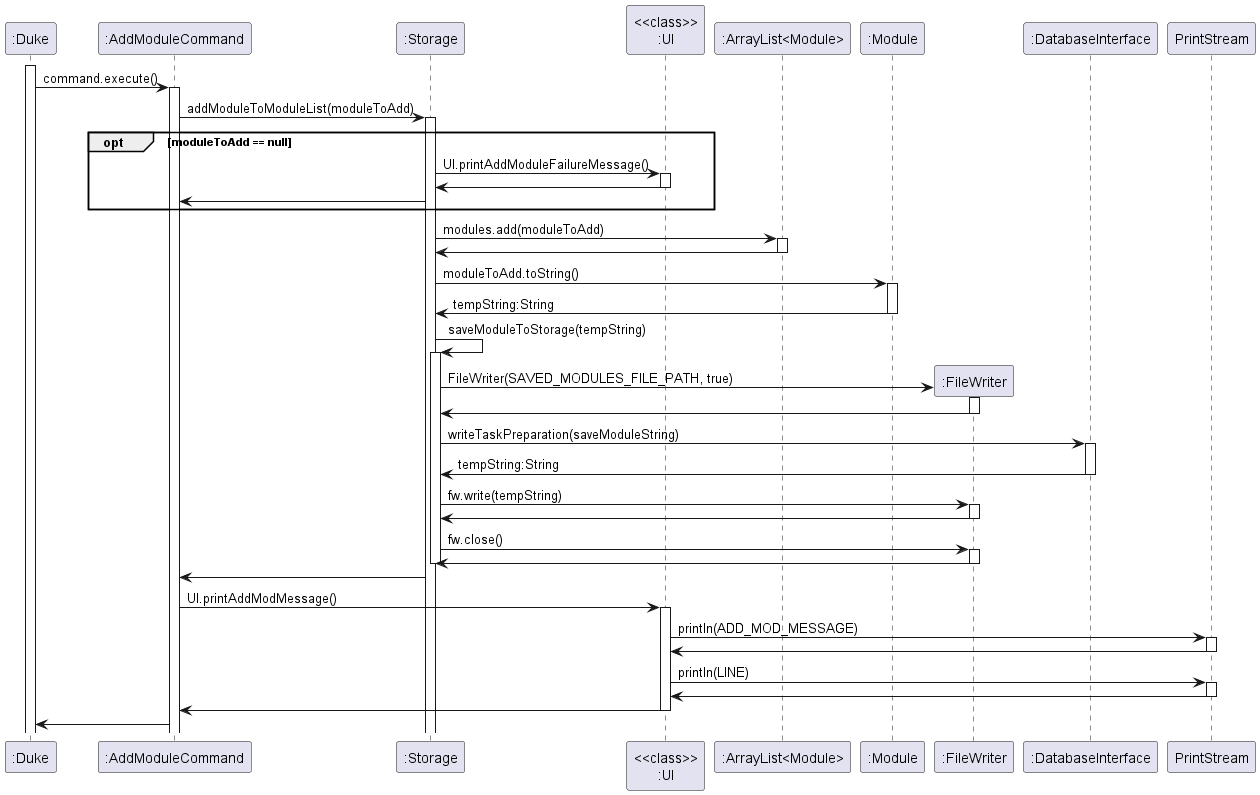
nus-cs2113-AY2223S2/tp keeps this PlantUML diagram as docs/diagrams/Storage/StorageAddModule.png. Above is the earlier version.
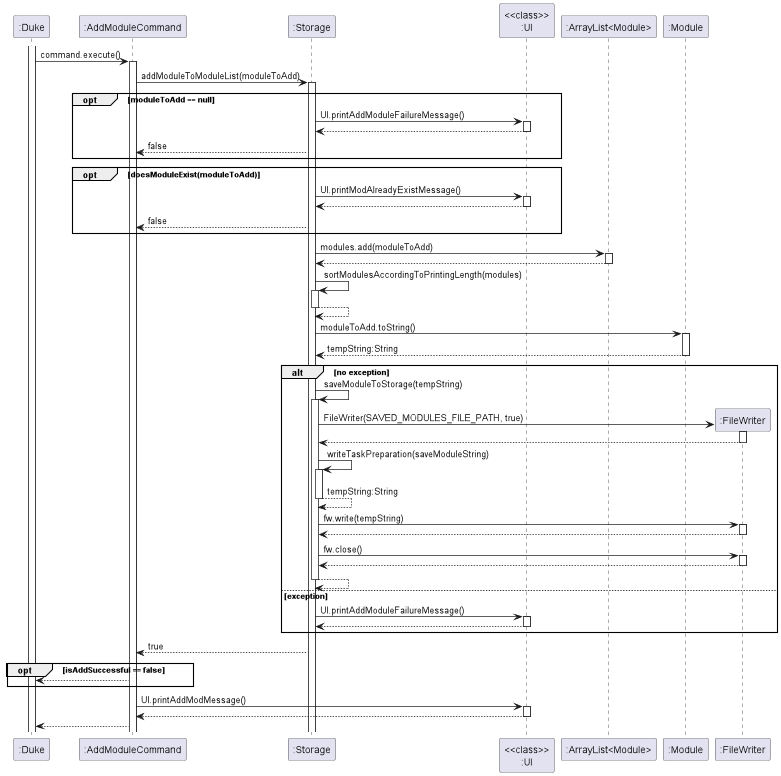
Later version of the same file.

The edit, as a diff of the source:
```diff
@@ -7,54 +7,71 @@
 opt moduleToAdd == null
 ":Storage" -> "<<class>>\n:UI" : UI.printAddModuleFailureMessage()
 activate "<<class>>\n:UI"
-":Storage" <- "<<class>>\n:UI"
+":Storage" <-- "<<class>>\n:UI"
 deactivate "<<class>>\n:UI"
-":AddModuleCommand"<- ":Storage"
+":AddModuleCommand"<-- ":Storage" : false
+end
+
+opt doesModuleExist(moduleToAdd)
+":Storage" -> "<<class>>\n:UI" : UI.printModAlreadyExistMessage()
+activate "<<class>>\n:UI"
+":Storage" <-- "<<class>>\n:UI"
+deactivate "<<class>>\n:UI"
+":AddModuleCommand"<-- ":Storage" : false
 end
 
 ":Storage" -> ":ArrayList<Module>" : modules.add(moduleToAdd)
 activate ":ArrayList<Module>"
-":Storage" <- ":ArrayList<Module>"
+":Storage" <-- ":ArrayList<Module>"
 deactivate ":ArrayList<Module>"
+
+":Storage" -> ":Storage": sortModulesAccordingToPrintingLength(modules)
+activate ":Storage"
+":Storage" --> ":Storage":
+deactivate ":Storage"
 
 ":Storage" -> ":Module" : moduleToAdd.toString()
 activate ":Module"
-":Storage" <- ":Module" : tempString:String
+":Storage" <-- ":Module" : tempString:String
 deactivate ":Module"
+
+alt no exception
 ":Storage" -> ":Storage" : saveModuleToStorage(tempString)
 activate ":Storage"
 create ":FileWriter"
 ":Storage" -> ":FileWriter" : FileWriter(SAVED_MODULES_FILE_PATH, true)
 activate ":FileWriter"
-":Storage" <- ":FileWriter"
+":Storage" <-- ":FileWriter"
 deactivate ":FileWriter"
-":Storage" -> ":DatabaseInterface" : writeTaskPreparation(saveModuleString)
-activate ":DatabaseInterface"
-":Storage" <- ":DatabaseInterface" : tempString:String
-deactivate ":DatabaseInterface"
+":Storage" -> ":Storage" : writeTaskPreparation(saveModuleString)
+activate ":Storage"
+":Storage" --> ":Storage" : tempString:String
+deactivate ":Storage"
 ":Storage" -> ":FileWriter" : fw.write(tempString)
 activate ":FileWriter"
-":Storage" <- ":FileWriter"
+":Storage" <-- ":FileWriter"
 deactivate ":FileWriter"
 ":Storage" -> ":FileWriter" : fw.close()
 activate ":FileWriter"
-":Storage" <- ":FileWriter"
+":Storage" <-- ":FileWriter"
 deactivate ":FileWriter"
+":Storage" --> ":Storage"
 deactivate ":Storage"
-":AddModuleCommand" <- ":Storage"
+else exception
+":Storage" -> "<<class>>\n:UI" :  UI.printAddModuleFailureMessage()
+activate "<<class>>\n:UI"
+":Storage" <-- "<<class>>\n:UI"
+deactivate "<<class>>\n:UI"
+end
+":AddModuleCommand" <-- ":Storage" : true
+opt isAddSuccessful == false
+":AddModuleCommand" --> ":Duke"
+end
 ":AddModuleCommand" -> "<<class>>\n:UI" : UI.printAddModMessage()
 activate "<<class>>\n:UI"
-"<<class>>\n:UI" -> PrintStream :  println(ADD_MOD_MESSAGE)
-activate PrintStream
-"<<class>>\n:UI" <- PrintStream
-deactivate PrintStream
-"<<class>>\n:UI" -> PrintStream :  println(LINE)
-activate PrintStream
-"<<class>>\n:UI" <- PrintStream
-deactivate PrintStream
-":AddModuleCommand" <- "<<class>>\n:UI"
+":AddModuleCommand" <-- "<<class>>\n:UI"
 deactivate "<<class>>\n:UI"
-":Duke" <- ":AddModuleCommand"
+":Duke" <-- ":AddModuleCommand"
 
 
 @enduml
```
